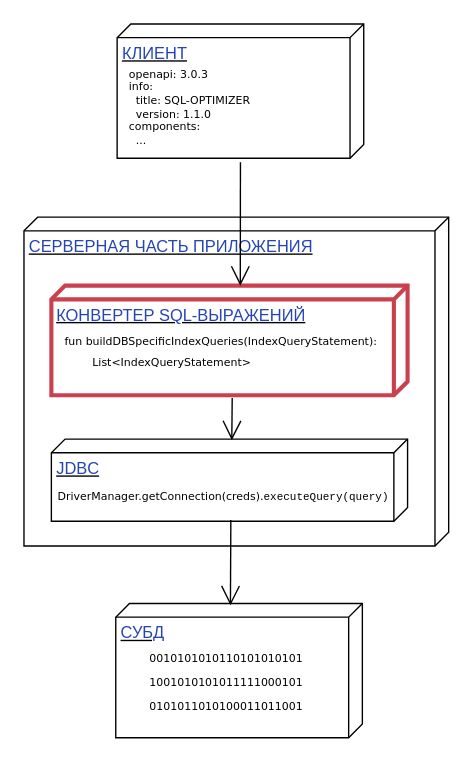
Above: docs/tech/structural.dio in testpassword/Diploma-bachelor-degree-2022 (draw.io), before the change. Source tidied: cells renumbered, new cells numbered last; positions are measured from the earlier drawing's top-left corner, leaving out a move shared by most shapes. Both pictures are drawn from the tidied source at 137%, with x=0, y=0 at pixel (23, 23).
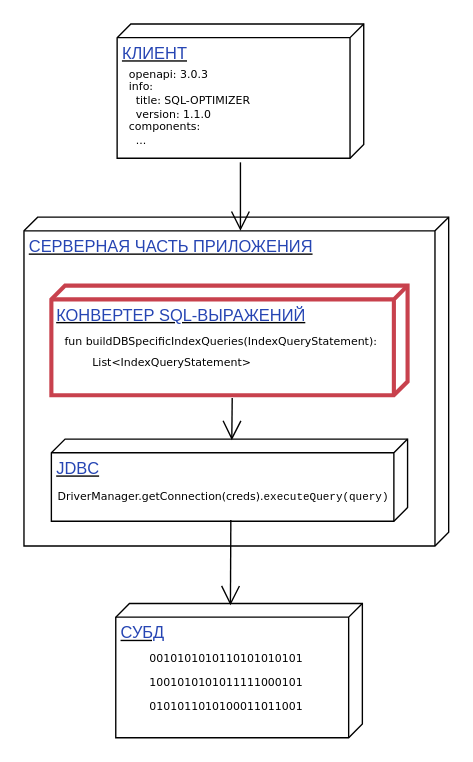
After the change.

Diff of the diagram source:
```diff
@@
 <mxGraphModel>
   <root>
     <mxCell id="0" />
     <mxCell id="1" parent="0" />
     <mxCell id="2" value="&lt;font color=&quot;#2645b3&quot;&gt;СЕРВЕРНАЯ ЧАСТЬ ПРИЛОЖЕНИЯ&lt;/font&gt;" style="verticalAlign=top;align=left;spacingTop=8;spacingLeft=2;spacingRight=12;shape=cube;size=10;direction=south;fontStyle=4;html=1;" parent="1" vertex="1">
       <mxGeometry y="141" width="310" height="240" as="geometry" />
     </mxCell>
     <mxCell id="3" value="&lt;font color=&quot;#2645b3&quot;&gt;КЛИЕНТ&lt;/font&gt;" style="verticalAlign=top;align=left;spacingTop=8;spacingLeft=2;spacingRight=12;shape=cube;size=10;direction=south;fontStyle=4;html=1;" parent="1" vertex="1">
       <mxGeometry x="68" width="180" height="98" as="geometry" />
     </mxCell>
     <mxCell id="4" value="&lt;font color=&quot;#2645b3&quot;&gt;JDBC&lt;/font&gt;" style="verticalAlign=top;align=left;spacingTop=8;spacingLeft=2;spacingRight=12;shape=cube;size=10;direction=south;fontStyle=4;html=1;" parent="1" vertex="1">
       <mxGeometry x="20" y="303" width="260" height="60" as="geometry" />
     </mxCell>
     <mxCell id="5" value="&lt;font color=&quot;#2645b3&quot;&gt;КОНВЕРТЕР SQL-ВЫРАЖЕНИЙ&lt;/font&gt;" style="verticalAlign=top;align=left;spacingTop=8;spacingLeft=2;spacingRight=12;shape=cube;size=10;direction=south;fontStyle=4;html=1;strokeColor=#C8414D;strokeWidth=3;" parent="1" vertex="1">
       <mxGeometry x="20" y="191" width="260" height="80" as="geometry" />
     </mxCell>
-    <mxCell id="6" style="endArrow=open;endFill=1;endSize=12;html=1;entryX=0;entryY=0.51;entryDx=0;entryDy=0;entryPerimeter=0;" parent="1" edge="1">
+    <mxCell id="6" style="endArrow=open;endFill=1;endSize=12;html=1;" parent="1" edge="1">
       <mxGeometry relative="1" as="geometry">
         <mxPoint x="158" y="101" as="sourcePoint" />
-        <mxPoint x="157.9" y="191" as="targetPoint" />
+        <mxPoint x="158" y="151" as="targetPoint" />
       </mxGeometry>
     </mxCell>
     <mxCell id="7" value="&lt;font color=&quot;#2645b3&quot;&gt;СУБД&lt;/font&gt;" style="verticalAlign=top;align=left;spacingTop=8;spacingLeft=2;spacingRight=12;shape=cube;size=10;direction=south;fontStyle=4;html=1;" parent="1" vertex="1">
       <mxGeometry x="67" y="423" width="180" height="98" as="geometry" />
     </mxCell>
     <mxCell id="8" style="endArrow=open;endFill=1;endSize=12;html=1;exitX=0;exitY=0;exitDx=90;exitDy=110;exitPerimeter=0;entryX=0.013;entryY=0.53;entryDx=0;entryDy=0;entryPerimeter=0;" parent="1" edge="1">
       <mxGeometry relative="1" as="geometry">
         <mxPoint x="152" y="273" as="sourcePoint" />
         <mxPoint x="151.7" y="303.8" as="targetPoint" />
       </mxGeometry>
     </mxCell>
     <mxCell id="9" style="endArrow=open;endFill=1;endSize=12;html=1;entryX=0.003;entryY=0.535;entryDx=0;entryDy=0;entryPerimeter=0;" parent="1" edge="1">
       <mxGeometry relative="1" as="geometry">
         <mxPoint x="151" y="362" as="sourcePoint" />
         <mxPoint x="150.7" y="424.3" as="targetPoint" />
       </mxGeometry>
     </mxCell>
     <mxCell id="10" value="&lt;font color=&quot;#000000&quot; face=&quot;Verdana&quot; style=&quot;font-size: 8px&quot;&gt;fun buildDBSpecificIndexQueries(IndexQueryStatement):&lt;br&gt;&lt;span style=&quot;white-space: pre&quot;&gt;&#9;&lt;/span&gt;List&amp;lt;IndexQueryStatement&amp;gt;&lt;br&gt;&lt;/font&gt;" style="text;html=1;strokeColor=none;fillColor=none;align=left;verticalAlign=middle;whiteSpace=wrap;rounded=0;fontColor=#2645B3;" parent="1" vertex="1">
       <mxGeometry x="27.5" y="208" width="245" height="60" as="geometry" />
     </mxCell>
     <mxCell id="11" value="&lt;pre&gt;&lt;font face=&quot;Verdana&quot; style=&quot;font-size: 8px&quot;&gt;openapi: 3.0.3&lt;br&gt;info:&lt;br&gt;  title: SQL-OPTIMIZER&lt;br&gt;  version: 1.1.0&lt;br&gt;components:&lt;br&gt;  ...&lt;/font&gt;&lt;/pre&gt;" style="text;html=1;strokeColor=none;fillColor=none;align=left;verticalAlign=middle;whiteSpace=wrap;rounded=0;fontFamily=Verdana;fontSize=8;fontColor=#000000;" parent="1" vertex="1">
       <mxGeometry x="75" y="33" width="150" height="56" as="geometry" />
     </mxCell>
     <mxCell id="12" value="&lt;pre style=&quot;font-size: 8px&quot;&gt;&lt;font color=&quot;#000000&quot;&gt;&lt;font face=&quot;Verdana&quot; style=&quot;font-size: 8px&quot;&gt;DriverManager.getConnection(creds).&lt;/font&gt;executeQuery(query)&lt;/font&gt;&lt;/pre&gt;" style="text;html=1;strokeColor=none;fillColor=none;align=left;verticalAlign=middle;whiteSpace=wrap;rounded=0;fontColor=#2645B3;" parent="1" vertex="1">
       <mxGeometry x="22.5" y="315" width="245" height="60" as="geometry" />
     </mxCell>
     <mxCell id="13" value="&lt;pre style=&quot;font-size: 8px&quot;&gt;&lt;font color=&quot;#000000&quot; face=&quot;Verdana&quot;&gt;&lt;br&gt;&lt;/font&gt;&lt;/pre&gt;&lt;pre style=&quot;font-size: 8px&quot;&gt;&lt;font color=&quot;#000000&quot; face=&quot;Verdana&quot;&gt;0010101010110101010101&lt;/font&gt;&lt;/pre&gt;&lt;pre style=&quot;font-size: 8px&quot;&gt;&lt;font color=&quot;#000000&quot; face=&quot;Verdana&quot;&gt;1001010101011111000101&lt;/font&gt;&lt;/pre&gt;&lt;pre style=&quot;font-size: 8px&quot;&gt;&lt;font color=&quot;#000000&quot; face=&quot;Verdana&quot;&gt;0101011010100011011001&lt;/font&gt;&lt;/pre&gt;" style="text;html=1;strokeColor=none;fillColor=none;align=left;verticalAlign=middle;whiteSpace=wrap;rounded=0;fontColor=#2645B3;" parent="1" vertex="1">
       <mxGeometry x="89.5" y="442" width="135" height="60" as="geometry" />
     </mxCell>
   </root>
 </mxGraphModel>
```
